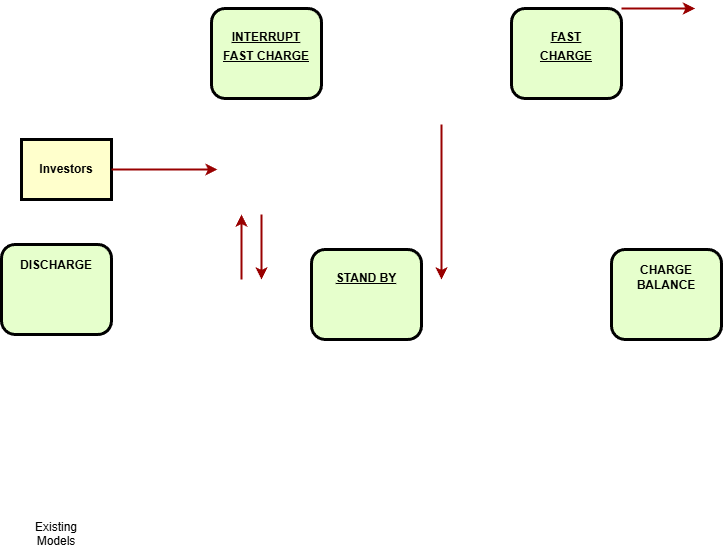
The draw.io diagram Диаграмма без названия.drawio.png in alezalez8/goit, before a commit. Source tidied: cells renumbered, new cells last; positions are measured from the earlier drawing's top-left corner, leaving out a move shared by most shapes.
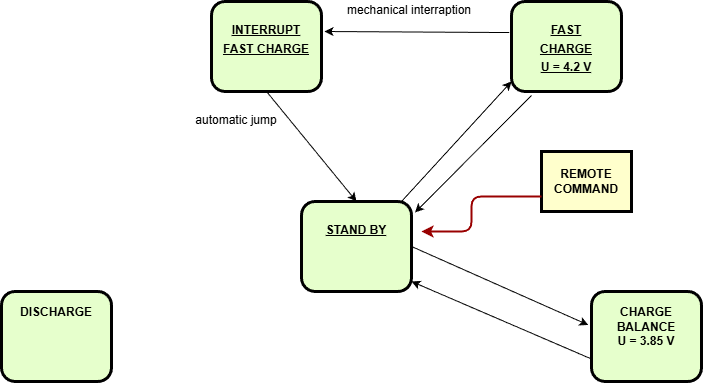
The same file after the commit.

Change to the diagram source:
```diff
@@ -2,60 +2,63 @@
   <root>
     <mxCell id="0" />
     <mxCell id="1" parent="0" />
-    <mxCell id="2" value="Investors" style="whiteSpace=wrap;align=center;verticalAlign=middle;fontStyle=1;strokeWidth=3;fillColor=#FFFFCC;" parent="1" vertex="1">
-      <mxGeometry x="20" y="131" width="90" height="60" as="geometry" />
+    <mxCell id="2" value="REMOTE&#10;COMMAND" style="whiteSpace=wrap;align=center;verticalAlign=middle;fontStyle=1;strokeWidth=3;fillColor=#FFFFCC;" parent="1" vertex="1">
+      <mxGeometry x="540" y="150" width="90" height="60" as="geometry" />
     </mxCell>
     <mxCell id="3" value="&lt;p style=&quot;margin: 0px; margin-top: 4px; text-align: center; text-decoration: underline;&quot;&gt;&lt;br&gt;&lt;/p&gt;&lt;p style=&quot;margin: 0px; margin-top: 4px; text-align: center; text-decoration: underline;&quot;&gt;STAND BY&lt;/p&gt;" style="verticalAlign=middle;align=center;overflow=fill;fontSize=12;fontFamily=Helvetica;html=1;rounded=1;fontStyle=1;strokeWidth=3;fillColor=#E6FFCC;" parent="1" vertex="1">
-      <mxGeometry x="310" y="241" width="110" height="90" as="geometry" />
+      <mxGeometry x="300" y="200" width="110" height="90" as="geometry" />
     </mxCell>
-    <mxCell id="4" value="&lt;p style=&quot;margin: 0px; margin-top: 4px; text-align: center; text-decoration: underline;&quot;&gt;&lt;br&gt;&lt;/p&gt;&lt;p style=&quot;margin: 0px; margin-top: 4px; text-align: center; text-decoration: underline;&quot;&gt;FAST&lt;/p&gt;&lt;p style=&quot;margin: 0px; margin-top: 4px; text-align: center; text-decoration: underline;&quot;&gt;CHARGE&lt;/p&gt;" style="verticalAlign=middle;align=center;overflow=fill;fontSize=12;fontFamily=Helvetica;html=1;rounded=1;fontStyle=1;strokeWidth=3;fillColor=#E6FFCC;" parent="1" vertex="1">
+    <mxCell id="4" value="&lt;p style=&quot;margin: 0px; margin-top: 4px; text-align: center; text-decoration: underline;&quot;&gt;&lt;br&gt;&lt;/p&gt;&lt;p style=&quot;margin: 0px; margin-top: 4px; text-align: center; text-decoration: underline;&quot;&gt;FAST&lt;/p&gt;&lt;p style=&quot;margin: 0px; margin-top: 4px; text-align: center; text-decoration: underline;&quot;&gt;CHARGE&lt;/p&gt;&lt;p style=&quot;margin: 0px; margin-top: 4px; text-align: center; text-decoration: underline;&quot;&gt;U = 4.2 V&lt;/p&gt;" style="verticalAlign=middle;align=center;overflow=fill;fontSize=12;fontFamily=Helvetica;html=1;rounded=1;fontStyle=1;strokeWidth=3;fillColor=#E6FFCC;" parent="1" vertex="1">
       <mxGeometry x="510" width="110" height="90" as="geometry" />
     </mxCell>
-    <mxCell id="5" value="&lt;div&gt;&lt;br&gt;&lt;/div&gt;&lt;div&gt;CHARGE&lt;/div&gt;&lt;div&gt;BALANCE&lt;/div&gt;" style="verticalAlign=middle;align=center;overflow=fill;fontSize=12;fontFamily=Helvetica;html=1;rounded=1;fontStyle=1;strokeWidth=3;fillColor=#E6FFCC;" parent="1" vertex="1">
-      <mxGeometry x="610" y="241" width="110" height="90" as="geometry" />
+    <mxCell id="5" value="&lt;div&gt;&lt;br&gt;&lt;/div&gt;&lt;div&gt;CHARGE&lt;/div&gt;&lt;div&gt;BALANCE&lt;/div&gt;&lt;div&gt;U = 3.85 V&lt;/div&gt;" style="verticalAlign=middle;align=center;overflow=fill;fontSize=12;fontFamily=Helvetica;html=1;rounded=1;fontStyle=1;strokeWidth=3;fillColor=#E6FFCC;" parent="1" vertex="1">
+      <mxGeometry x="590" y="290" width="110" height="90" as="geometry" />
     </mxCell>
     <mxCell id="6" value="&lt;p style=&quot;margin: 0px; margin-top: 4px; text-align: center; text-decoration: underline;&quot;&gt;&lt;br&gt;&lt;/p&gt;&lt;p style=&quot;margin: 0px; margin-top: 4px; text-align: center; text-decoration: underline;&quot;&gt;INTERRUPT&lt;/p&gt;&lt;p style=&quot;margin: 0px; margin-top: 4px; text-align: center; text-decoration: underline;&quot;&gt;FAST CHARGE&lt;/p&gt;" style="verticalAlign=middle;align=center;overflow=fill;fontSize=12;fontFamily=Helvetica;html=1;rounded=1;fontStyle=1;strokeWidth=3;fillColor=#E6FFCC;" parent="1" vertex="1">
       <mxGeometry x="210" width="110" height="90" as="geometry" />
     </mxCell>
-    <mxCell id="7" style="edgeStyle=none;noEdgeStyle=1;strokeColor=#990000;strokeWidth=2;" parent="1" edge="1" source="2">
-      <mxGeometry relative="1" as="geometry">
-        <mxPoint x="216" y="161" as="targetPoint" />
-      </mxGeometry>
-    </mxCell>
     <mxCell id="8" value="&lt;div&gt;&lt;br&gt;&lt;/div&gt;&lt;div&gt;DISCHARGE&lt;/div&gt;" style="verticalAlign=middle;align=center;overflow=fill;fontSize=12;fontFamily=Helvetica;html=1;rounded=1;fontStyle=1;strokeWidth=3;fillColor=#E6FFCC;" parent="1" vertex="1">
-      <mxGeometry y="236" width="110" height="90" as="geometry" />
+      <mxGeometry y="290" width="110" height="90" as="geometry" />
     </mxCell>
-    <mxCell id="9" style="edgeStyle=elbowEdgeStyle;elbow=horizontal;strokeColor=#990000;strokeWidth=2;" parent="1" edge="1">
-      <mxGeometry relative="1" as="geometry">
-        <mxPoint x="240" y="271" as="sourcePoint" />
-        <mxPoint x="240" y="206" as="targetPoint" />
-      </mxGeometry>
-    </mxCell>
-    <mxCell id="10" style="edgeStyle=elbowEdgeStyle;elbow=horizontal;strokeColor=#990000;strokeWidth=2;" parent="1" edge="1">
-      <mxGeometry relative="1" as="geometry">
-        <mxPoint x="260" y="206" as="sourcePoint" />
-        <mxPoint x="260" y="271" as="targetPoint" />
-        <Array as="points">
-          <mxPoint x="260" y="240" />
-        </Array>
-      </mxGeometry>
-    </mxCell>
-    <mxCell id="11" style="edgeStyle=elbowEdgeStyle;elbow=horizontal;strokeColor=#990000;strokeWidth=2;" parent="1" edge="1">
-      <mxGeometry relative="1" as="geometry">
-        <mxPoint x="440" y="116" as="sourcePoint" />
-        <mxPoint x="440" y="271" as="targetPoint" />
-        <Array as="points">
-          <mxPoint x="440" y="200" />
-        </Array>
-      </mxGeometry>
-    </mxCell>
-    <mxCell id="12" style="edgeStyle=elbowEdgeStyle;elbow=vertical;entryX=0.25;entryY=1;strokeColor=#990000;strokeWidth=2;" parent="1" edge="1" source="4">
-      <mxGeometry relative="1" as="geometry">
-        <mxPoint x="693.5" as="targetPoint" />
-      </mxGeometry>
-    </mxCell>
-    <mxCell id="13" value="Existing&#10;Models" style="text;spacingTop=-5;align=center;" parent="1" vertex="1">
-      <mxGeometry x="40" y="510" width="30" height="20" as="geometry" />
+    <mxCell id="13" value="mechanical interraption" style="text;spacingTop=-5;align=center;" parent="1" vertex="1">
+      <mxGeometry x="393" width="30" height="20" as="geometry" />
     </mxCell>
+    <mxCell id="14" style="endArrow=classic;html=1;rounded=0;entryX=-0.029;entryY=0.372;entryDx=0;entryDy=0;entryPerimeter=0;exitX=1;exitY=0.5;exitDx=0;exitDy=0;" parent="1" edge="1" source="3" target="5">
+      <mxGeometry relative="1" as="geometry" />
+    </mxCell>
+    <mxCell id="15" style="endArrow=classic;html=1;rounded=0;exitX=0;exitY=0.75;exitDx=0;exitDy=0;" parent="1" edge="1" source="5">
+      <mxGeometry relative="1" as="geometry">
+        <mxPoint x="410" y="280" as="targetPoint" />
+      </mxGeometry>
+    </mxCell>
+    <mxCell id="16" style="endArrow=classic;html=1;rounded=0;exitX=0.909;exitY=0;exitDx=0;exitDy=0;exitPerimeter=0;" parent="1" edge="1" source="3">
+      <mxGeometry relative="1" as="geometry">
+        <mxPoint x="510" y="80" as="targetPoint" />
+      </mxGeometry>
+    </mxCell>
+    <mxCell id="17" style="edgeStyle=elbowEdgeStyle;elbow=horizontal;strokeColor=#990000;strokeWidth=2;exitX=0;exitY=0.75;exitDx=0;exitDy=0;" parent="1" edge="1" source="2">
+      <mxGeometry relative="1" as="geometry">
+        <mxPoint x="420" y="230" as="targetPoint" />
+        <Array as="points">
+          <mxPoint x="470" y="210" />
+        </Array>
+      </mxGeometry>
+    </mxCell>
+    <mxCell id="18" style="endArrow=classic;html=1;rounded=0;entryX=1.032;entryY=0.122;entryDx=0;entryDy=0;entryPerimeter=0;" parent="1" edge="1" target="3">
+      <mxGeometry relative="1" as="geometry">
+        <mxPoint x="530" y="94" as="sourcePoint" />
+      </mxGeometry>
+    </mxCell>
+    <mxCell id="19" style="endArrow=classic;html=1;rounded=0;exitX=-0.021;exitY=0.345;exitDx=0;exitDy=0;exitPerimeter=0;" parent="1" edge="1" source="4">
+      <mxGeometry relative="1" as="geometry">
+        <mxPoint x="323" y="30" as="targetPoint" />
+      </mxGeometry>
+    </mxCell>
+    <mxCell id="20" style="endArrow=classic;html=1;rounded=0;exitX=0.5;exitY=1;exitDx=0;exitDy=0;entryX=0.5;entryY=0;entryDx=0;entryDy=0;" parent="1" edge="1" source="6" target="3">
+      <mxGeometry relative="1" as="geometry" />
+    </mxCell>
+    <mxCell id="21" value="automatic jump" style="text;spacingTop=-5;align=center;" parent="1" vertex="1">
+      <mxGeometry x="220" y="110" width="30" height="20" as="geometry" />
+    </mxCell>
   </root>
 </mxGraphModel>
```
